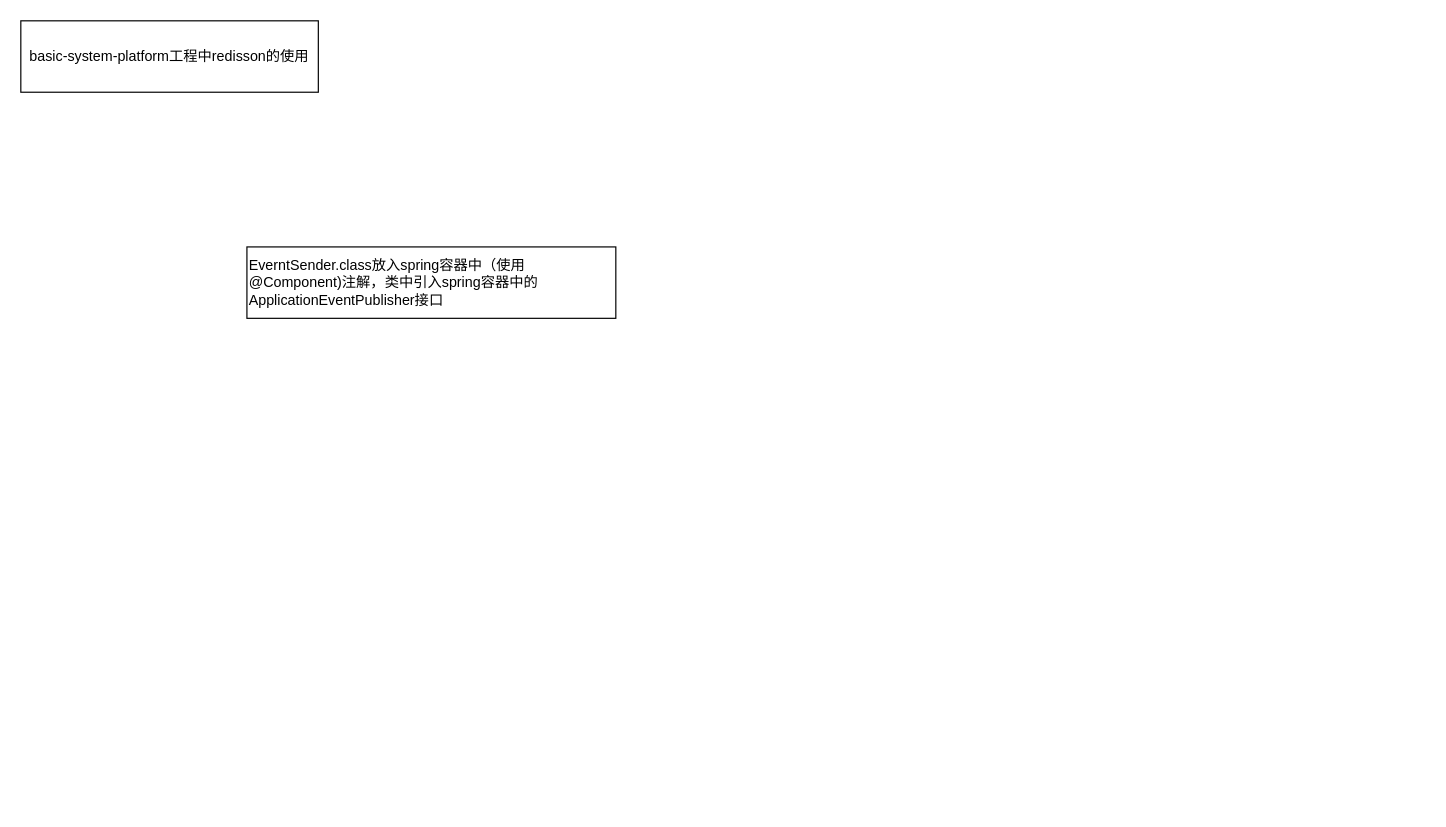
The draw.io diagram sendi/未命名绘图.drawio in Joyouspeng/joyous, before the edit. Source tidied: cells renumbered, new cells numbered last; positions are measured from the earlier drawing's top-left corner, leaving out a move shared by most shapes. Both pictures are drawn from the tidied source at 119%, with x=0, y=0 at pixel (20, 20).
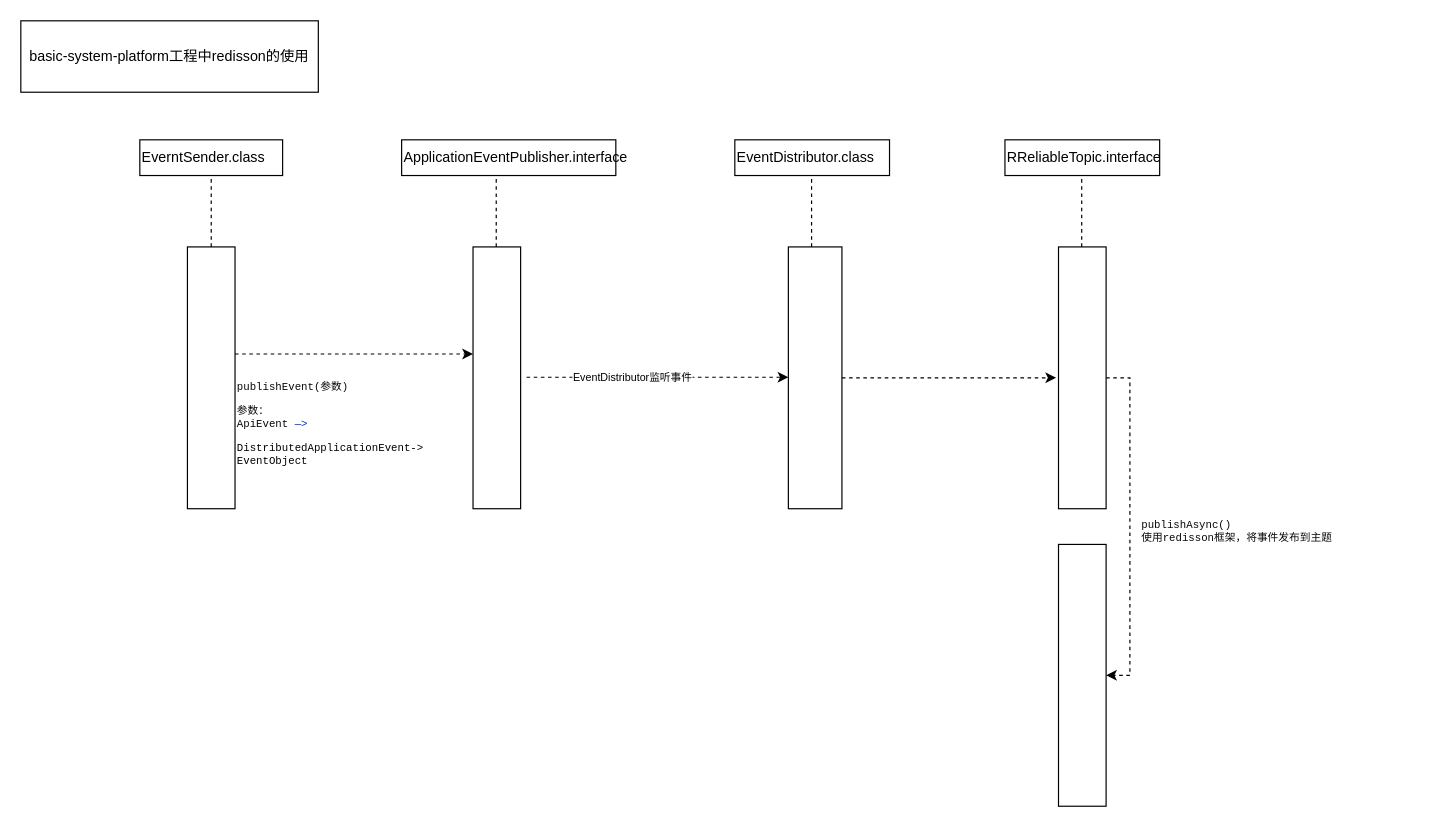
The same diagram, later.

Commit message:
更新未命名绘图.drawio

Change to the diagram source:
```diff
@@
-    <mxCell id="3" value="EverntSender.class放入spring容器中（使用@Component)注解，类中引入spring容器中的ApplicationEventPublisher接口" style="rounded=0;whiteSpace=wrap;html=1;align=left;" parent="1" vertex="1">
-      <mxGeometry x="190" y="190" width="310" height="60" as="geometry" />
+    <mxCell id="3" value="EverntSender.class" style="rounded=0;whiteSpace=wrap;html=1;align=left;" parent="1" vertex="1">
+      <mxGeometry x="100" y="100" width="120" height="30" as="geometry" />
     </mxCell>
+    <mxCell id="4" value="ApplicationEventPublisher.interface" style="rounded=0;whiteSpace=wrap;html=1;align=left;" parent="1" vertex="1">
+      <mxGeometry x="320" y="100" width="180" height="30" as="geometry" />
+    </mxCell>
+    <mxCell id="5" value="&lt;pre style=&quot;background-color:#ffffff;color:#080808;font-family:'JetBrains Mono',monospace;font-size:13.5pt;&quot;&gt;&lt;br&gt;&lt;/pre&gt;" style="rounded=0;whiteSpace=wrap;html=1;" parent="1" vertex="1">
+      <mxGeometry x="140" y="190" width="40" height="220" as="geometry" />
+    </mxCell>
+    <mxCell id="6" style="endArrow=none;dashed=1;html=1;rounded=0;entryX=0.5;entryY=1;entryDx=0;entryDy=0;" parent="1" edge="1" source="5" target="3">
+      <mxGeometry relative="1" as="geometry" />
+    </mxCell>
+    <mxCell id="7" style="rounded=0;whiteSpace=wrap;html=1;" parent="1" vertex="1">
+      <mxGeometry x="380" y="190" width="40" height="220" as="geometry" />
+    </mxCell>
+    <mxCell id="8" value="&lt;pre style=&quot;border-color: var(--border-color); font-family: &amp;quot;JetBrains Mono&amp;quot;, monospace; font-size: 9px;&quot;&gt;&lt;font color=&quot;#080808&quot;&gt;publishEvent(参数)&lt;/font&gt;&lt;font size=&quot;1&quot; color=&quot;#080808&quot;&gt;&lt;br style=&quot;font-size: 9px;&quot;&gt;&lt;/font&gt;&lt;pre style=&quot;background-color: rgb(255, 255, 255); font-family: &amp;quot;JetBrains Mono&amp;quot;, monospace; font-size: 9px;&quot;&gt;&lt;font color=&quot;#080808&quot;&gt;参数：&lt;br/&gt;ApiEvent &lt;/font&gt;&lt;font color=&quot;#0033b3&quot;&gt;—&amp;gt;&lt;/font&gt;&lt;/pre&gt;&lt;pre style=&quot;background-color: rgb(255, 255, 255); font-family: &amp;quot;JetBrains Mono&amp;quot;, monospace; font-size: 9px;&quot;&gt;&lt;span style=&quot;color: rgb(0, 0, 0); font-size: 9px;&quot;&gt;DistributedApplicationEvent-&amp;gt;&lt;br&gt;EventObject&lt;/span&gt;&lt;/pre&gt;&lt;font size=&quot;1&quot; color=&quot;#080808&quot;&gt;&lt;br style=&quot;font-size: 9px;&quot;&gt;&lt;/font&gt;&lt;/pre&gt;" style="text;html=1;align=left;verticalAlign=middle;strokeColor=none;fillColor=none;fontSize=9;" parent="1" vertex="1">
+      <mxGeometry x="180" y="280" width="210" height="140" as="geometry" />
+    </mxCell>
+    <mxCell id="9" style="endArrow=classic;html=1;rounded=0;exitX=1;exitY=0.409;exitDx=0;exitDy=0;exitPerimeter=0;dashed=1;" parent="1" edge="1" source="5">
+      <mxGeometry relative="1" as="geometry">
+        <mxPoint x="380" y="280" as="targetPoint" />
+        <Array as="points">
+          <mxPoint x="320" y="280" />
+          <mxPoint x="370" y="280" />
+        </Array>
+      </mxGeometry>
+    </mxCell>
+    <mxCell id="10" value="EventDistributor.class" style="rounded=0;whiteSpace=wrap;html=1;align=left;" parent="1" vertex="1">
+      <mxGeometry x="600" y="100" width="130" height="30" as="geometry" />
+    </mxCell>
+    <mxCell id="11" style="endArrow=classic;html=1;rounded=0;exitX=1;exitY=0.409;exitDx=0;exitDy=0;exitPerimeter=0;dashed=1;" parent="1" edge="1">
+      <mxGeometry relative="1" as="geometry">
+        <mxPoint x="425" y="299.5" as="sourcePoint" />
+        <mxPoint x="645" y="299.5" as="targetPoint" />
+        <Array as="points">
+          <mxPoint x="645" y="299.5" />
+        </Array>
+      </mxGeometry>
+    </mxCell>
+    <mxCell id="12" value="EventDistributor监听事件" style="edgeLabel;html=1;align=center;verticalAlign=middle;fontSize=9;" parent="11" vertex="1">
+      <mxGeometry x="-0.2" relative="1" as="geometry" />
+    </mxCell>
+    <mxCell id="13" style="edgeStyle=orthogonalEdgeStyle;rounded=0;jettySize=auto;html=1;exitX=1;exitY=0.5;exitDx=0;exitDy=0;dashed=1;fontSize=9;" parent="1" edge="1" source="14">
+      <mxGeometry relative="1" as="geometry">
+        <mxPoint x="870" y="300" as="targetPoint" />
+      </mxGeometry>
+    </mxCell>
+    <mxCell id="14" style="rounded=0;whiteSpace=wrap;html=1;" parent="1" vertex="1">
+      <mxGeometry x="645" y="190" width="45" height="220" as="geometry" />
+    </mxCell>
+    <mxCell id="15" style="endArrow=none;dashed=1;html=1;rounded=0;entryX=0.5;entryY=1;entryDx=0;entryDy=0;" parent="1" edge="1">
+      <mxGeometry relative="1" as="geometry">
+        <mxPoint x="664.5" y="190" as="sourcePoint" />
+        <mxPoint x="664.5" y="130" as="targetPoint" />
+      </mxGeometry>
+    </mxCell>
+    <mxCell id="16" value="RReliableTopic.interface" style="rounded=0;whiteSpace=wrap;html=1;align=left;" parent="1" vertex="1">
+      <mxGeometry x="827" y="100" width="130" height="30" as="geometry" />
+    </mxCell>
+    <mxCell id="17" style="edgeStyle=orthogonalEdgeStyle;rounded=0;jettySize=auto;html=1;exitX=1;exitY=0.5;exitDx=0;exitDy=0;dashed=1;fontSize=9;entryX=1;entryY=0.5;entryDx=0;entryDy=0;" parent="1" edge="1" source="18" target="20">
+      <mxGeometry relative="1" as="geometry" />
+    </mxCell>
+    <mxCell id="18" style="rounded=0;whiteSpace=wrap;html=1;" parent="1" vertex="1">
+      <mxGeometry x="872" y="190" width="40" height="220" as="geometry" />
+    </mxCell>
+    <mxCell id="19" style="endArrow=none;dashed=1;html=1;rounded=0;entryX=0.5;entryY=1;entryDx=0;entryDy=0;" parent="1" edge="1">
+      <mxGeometry relative="1" as="geometry">
+        <mxPoint x="891.5" y="190" as="sourcePoint" />
+        <mxPoint x="891.5" y="130" as="targetPoint" />
+      </mxGeometry>
+    </mxCell>
+    <mxCell id="20" style="rounded=0;whiteSpace=wrap;html=1;" parent="1" vertex="1">
+      <mxGeometry x="872" y="440" width="40" height="220" as="geometry" />
+    </mxCell>
+    <mxCell id="21" value="&lt;pre style=&quot;background-color: rgb(255, 255, 255); color: rgb(8, 8, 8); font-family: &amp;quot;JetBrains Mono&amp;quot;, monospace; font-size: 9px;&quot;&gt;publishAsync()&lt;br/&gt;使用redisson框架，将事件发布到主题&lt;/pre&gt;" style="text;html=1;align=left;verticalAlign=middle;strokeColor=none;fillColor=none;fontSize=9;" parent="1" vertex="1">
+      <mxGeometry x="940" y="400" width="240" height="60" as="geometry" />
+    </mxCell>
+    <mxCell id="22" style="endArrow=none;dashed=1;html=1;rounded=0;entryX=0.5;entryY=1;entryDx=0;entryDy=0;" parent="1" edge="1">
+      <mxGeometry relative="1" as="geometry">
+        <mxPoint x="399.5" y="190" as="sourcePoint" />
+        <mxPoint x="399.5" y="130" as="targetPoint" />
+      </mxGeometry>
+    </mxCell>
```
